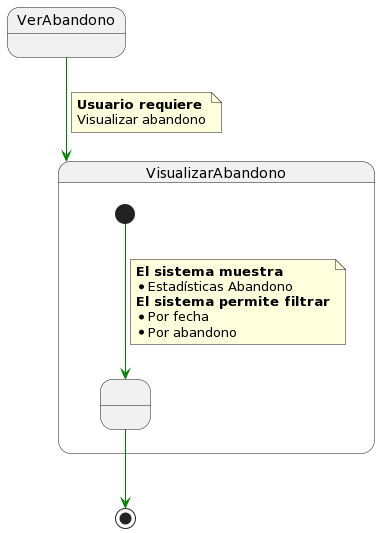
Above: 000-entregas/Grupo1/DetalleCasosDeUso/images/VerAbandono.png in mmasias/IdSw1-22-23 (PlantUML), before the change.
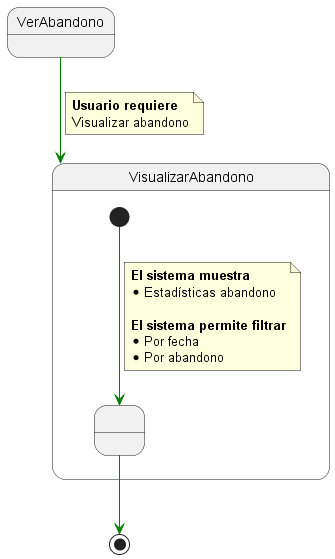
Later version of the same file.

What changed in the source:
```diff
@@ -1,4 +1,5 @@
-@startuml
+@startuml VerAbandono
+
 State VerAbandono
 
 State VisualizarAbandono{
@@ -9,7 +10,8 @@
 
   note on link
     <b>El sistema muestra
-    * Estadísticas Abandono
+    * Estadísticas abandono
+
     <b>El sistema permite filtrar
     * Por fecha
     * Por abandono
@@ -26,4 +28,6 @@
 end note
 
 state1 -[#green]-> [*]
+
+
 @enduml
```
